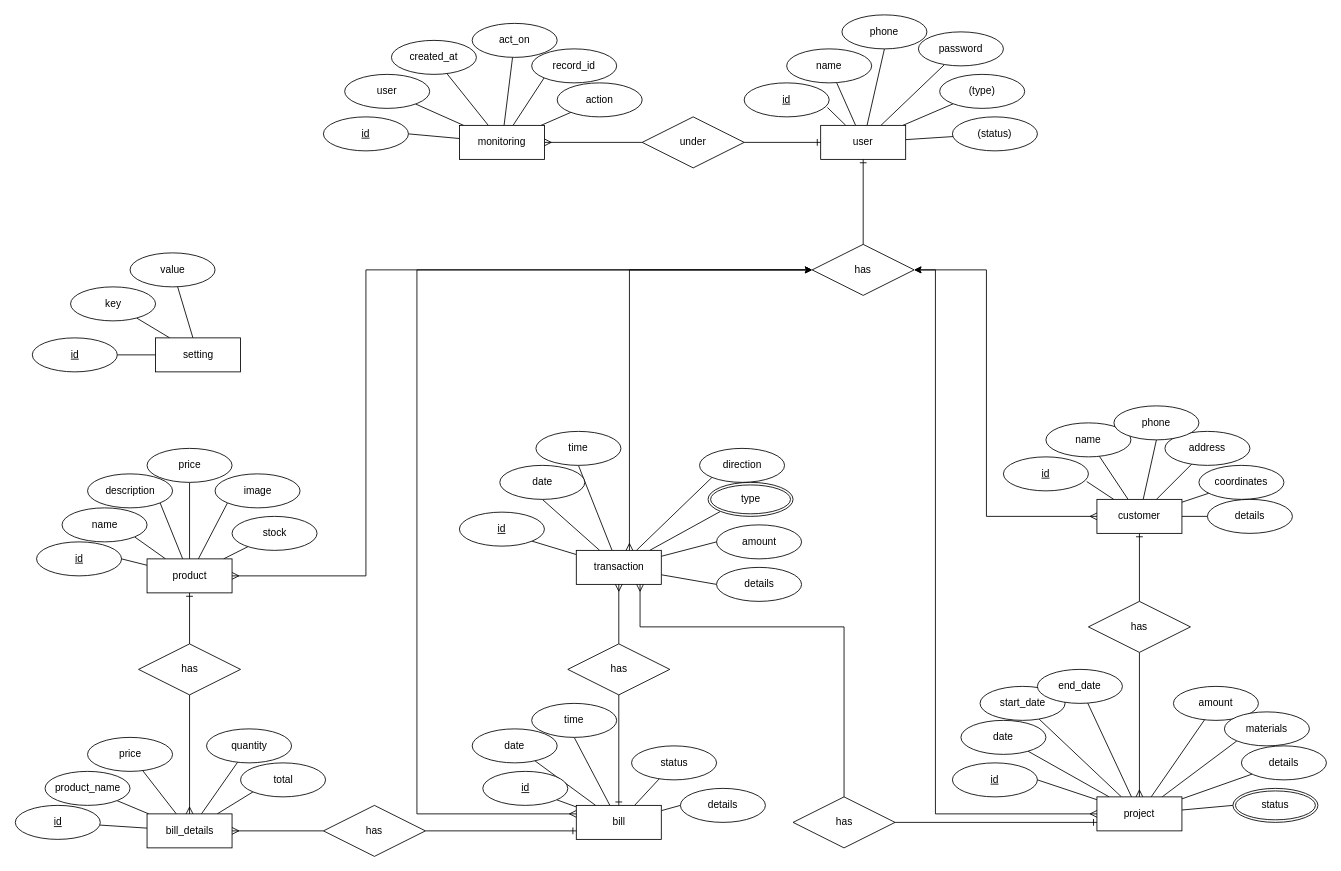
Above: page "ERD" (1 of 2) of Diagrams/drawio/ModernHouse.drawio in khaledfathi/ModernHouse (draw.io), before the change. Source tidied: cells renumbered, new cells numbered last; positions are measured from the earlier drawing's top-left corner, leaving out a move shared by most shapes. Both pictures are drawn from the tidied source at 85%, with x=0, y=0 at pixel (15, 14).
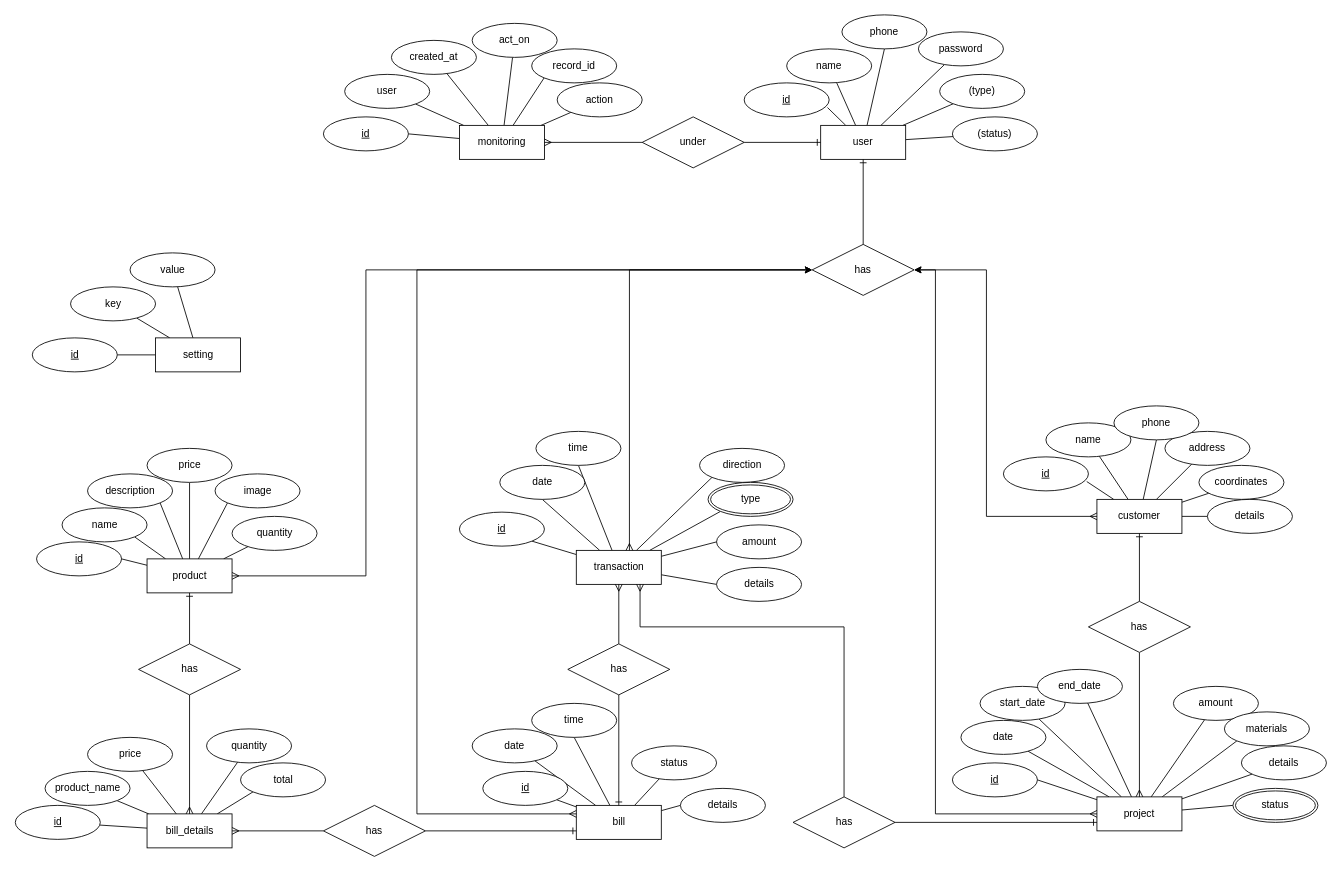
After the change.

What changed in the source:
```diff
@@
-    <mxCell id="110" value="stock" style="ellipse;whiteSpace=wrap;html=1;align=center;" parent="1" vertex="1">
+    <mxCell id="110" value="quantity" style="ellipse;whiteSpace=wrap;html=1;align=center;" parent="1" vertex="1">
       <mxGeometry x="254.5" y="590" width="100" height="40" as="geometry" />
     </mxCell>
```
